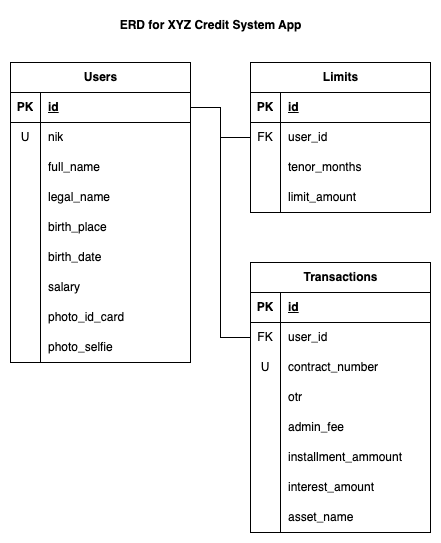
The draw.io diagram assets/kreditplus-test-ERD.drawio.png in msyahruls/dgw-go-test, before a commit. Source tidied: cells renumbered, new cells last; positions are measured from the earlier drawing's top-left corner, leaving out a move shared by most shapes.
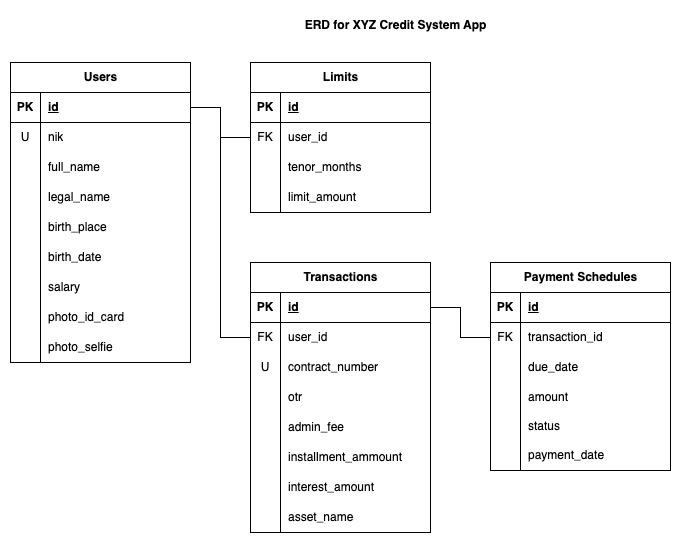
Above is the later version.

What changed in the source:
```diff
@@ -207,7 +207,67 @@
       <mxGeometry relative="1" as="geometry" />
     </mxCell>
     <mxCell id="70" value="ERD for XYZ Credit System App" style="text;html=1;align=center;verticalAlign=middle;strokeColor=none;fillColor=none;fontStyle=1;" parent="1" vertex="1">
-      <mxGeometry x="100" width="200" height="30" as="geometry" />
+      <mxGeometry x="285" width="200" height="30" as="geometry" />
     </mxCell>
+    <mxCell id="71" value="Payment Schedules" style="shape=table;startSize=30;rowLines=0;fontStyle=1;align=center;html=1;" parent="1" vertex="1">
+      <mxGeometry x="480" y="252" width="180" height="208" as="geometry" />
+    </mxCell>
+    <mxCell id="72" style="shape=tableRow;horizontal=0;startSize=0;swimlaneHead=0;swimlaneBody=0;fillColor=none;top=0;left=0;right=0;bottom=1;" parent="71" vertex="1">
+      <mxGeometry y="30" width="180" height="30" as="geometry" />
+    </mxCell>
+    <mxCell id="73" value="PK" style="shape=partialRectangle;fillColor=none;top=0;left=0;bottom=0;right=0;fontStyle=1;overflow=hidden;whiteSpace=wrap;html=1;" parent="72" vertex="1">
+      <mxGeometry width="30" height="30" as="geometry" />
+    </mxCell>
+    <mxCell id="74" value="id" style="shape=partialRectangle;fillColor=none;top=0;left=0;bottom=0;right=0;align=left;spacingLeft=6;fontStyle=5;overflow=hidden;whiteSpace=wrap;html=1;" parent="72" vertex="1">
+      <mxGeometry x="30" width="150" height="30" as="geometry" />
+    </mxCell>
+    <mxCell id="75" style="shape=tableRow;horizontal=0;startSize=0;swimlaneHead=0;swimlaneBody=0;fillColor=none;points=[[0,0.5],[1,0.5]];portConstraint=eastwest;top=0;left=0;right=0;bottom=0;" parent="71" vertex="1">
+      <mxGeometry y="60" width="180" height="30" as="geometry" />
+    </mxCell>
+    <mxCell id="76" value="FK" style="shape=partialRectangle;fillColor=none;top=0;left=0;bottom=0;right=0;overflow=hidden;whiteSpace=wrap;html=1;" parent="75" vertex="1">
+      <mxGeometry width="30" height="30" as="geometry" />
+    </mxCell>
+    <mxCell id="77" value="transaction_id" style="shape=partialRectangle;fillColor=none;top=0;left=0;bottom=0;right=0;align=left;spacingLeft=6;overflow=hidden;whiteSpace=wrap;html=1;" parent="75" vertex="1">
+      <mxGeometry x="30" width="150" height="30" as="geometry" />
+    </mxCell>
+    <mxCell id="78" style="shape=tableRow;horizontal=0;startSize=0;swimlaneHead=0;swimlaneBody=0;fillColor=none;top=0;left=0;right=0;bottom=0;" parent="71" vertex="1">
+      <mxGeometry y="90" width="180" height="30" as="geometry" />
+    </mxCell>
+    <mxCell id="79" style="shape=partialRectangle;fillColor=none;top=0;left=0;bottom=0;right=0;overflow=hidden;whiteSpace=wrap;html=1;" parent="78" vertex="1">
+      <mxGeometry width="30" height="30" as="geometry" />
+    </mxCell>
+    <mxCell id="80" value="due_date" style="shape=partialRectangle;fillColor=none;top=0;left=0;bottom=0;right=0;align=left;spacingLeft=6;overflow=hidden;whiteSpace=wrap;html=1;" parent="78" vertex="1">
+      <mxGeometry x="30" width="150" height="30" as="geometry" />
+    </mxCell>
+    <mxCell id="81" style="shape=tableRow;horizontal=0;startSize=0;swimlaneHead=0;swimlaneBody=0;fillColor=none;top=0;left=0;right=0;bottom=0;" parent="71" vertex="1">
+      <mxGeometry y="120" width="180" height="30" as="geometry" />
+    </mxCell>
+    <mxCell id="82" style="shape=partialRectangle;fillColor=none;top=0;left=0;bottom=0;right=0;overflow=hidden;whiteSpace=wrap;html=1;" parent="81" vertex="1">
+      <mxGeometry width="30" height="30" as="geometry" />
+    </mxCell>
+    <mxCell id="83" value="amount" style="shape=partialRectangle;fillColor=none;top=0;left=0;bottom=0;right=0;align=left;spacingLeft=6;overflow=hidden;whiteSpace=wrap;html=1;" parent="81" vertex="1">
+      <mxGeometry x="30" width="150" height="30" as="geometry" />
+    </mxCell>
+    <mxCell id="84" style="shape=tableRow;horizontal=0;startSize=0;swimlaneHead=0;swimlaneBody=0;fillColor=none;top=0;left=0;right=0;bottom=0;" parent="71" vertex="1">
+      <mxGeometry y="150" width="180" height="28" as="geometry" />
+    </mxCell>
+    <mxCell id="85" style="shape=partialRectangle;fillColor=none;top=0;left=0;bottom=0;right=0;overflow=hidden;whiteSpace=wrap;html=1;" parent="84" vertex="1">
+      <mxGeometry width="30" height="28" as="geometry" />
+    </mxCell>
+    <mxCell id="86" value="status" style="shape=partialRectangle;fillColor=none;top=0;left=0;bottom=0;right=0;align=left;spacingLeft=6;overflow=hidden;whiteSpace=wrap;html=1;" parent="84" vertex="1">
+      <mxGeometry x="30" width="150" height="28" as="geometry" />
+    </mxCell>
+    <mxCell id="87" style="shape=tableRow;horizontal=0;startSize=0;swimlaneHead=0;swimlaneBody=0;fillColor=none;top=0;left=0;right=0;bottom=0;" parent="71" vertex="1">
+      <mxGeometry y="178" width="180" height="30" as="geometry" />
+    </mxCell>
+    <mxCell id="88" style="shape=partialRectangle;fillColor=none;top=0;left=0;bottom=0;right=0;overflow=hidden;whiteSpace=wrap;html=1;" parent="87" vertex="1">
+      <mxGeometry width="30" height="30" as="geometry" />
+    </mxCell>
+    <mxCell id="89" value="payment_date" style="shape=partialRectangle;fillColor=none;top=0;left=0;bottom=0;right=0;align=left;spacingLeft=6;overflow=hidden;whiteSpace=wrap;html=1;" parent="87" vertex="1">
+      <mxGeometry x="30" width="150" height="30" as="geometry" />
+    </mxCell>
+    <mxCell id="90" style="edgeStyle=orthogonalEdgeStyle;rounded=0;jettySize=auto;html=1;exitX=0;exitY=0.5;exitDx=0;exitDy=0;entryX=1;entryY=0.5;entryDx=0;entryDy=0;endArrow=none;startFill=0;" parent="1" edge="1" source="75" target="44">
+      <mxGeometry relative="1" as="geometry" />
+    </mxCell>
   </root>
 </mxGraphModel>
```
